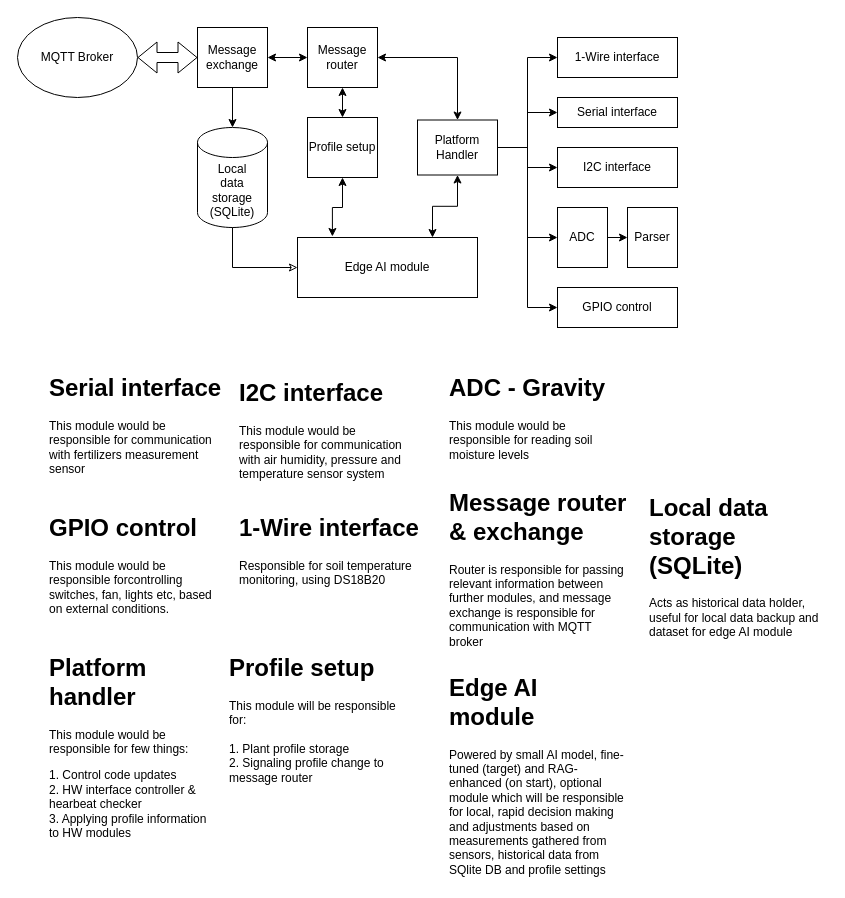
The draw.io diagram page "DeviceArch" (3 of 3) of docs/models/Project.drawio in KhazAkar/ags, before the edit. Source tidied: cells renumbered, new cells numbered last; positions are measured from the earlier drawing's top-left corner, leaving out a move shared by most shapes. Both pictures are drawn from the tidied source at 100%, with x=0, y=0 at pixel (17, 17).
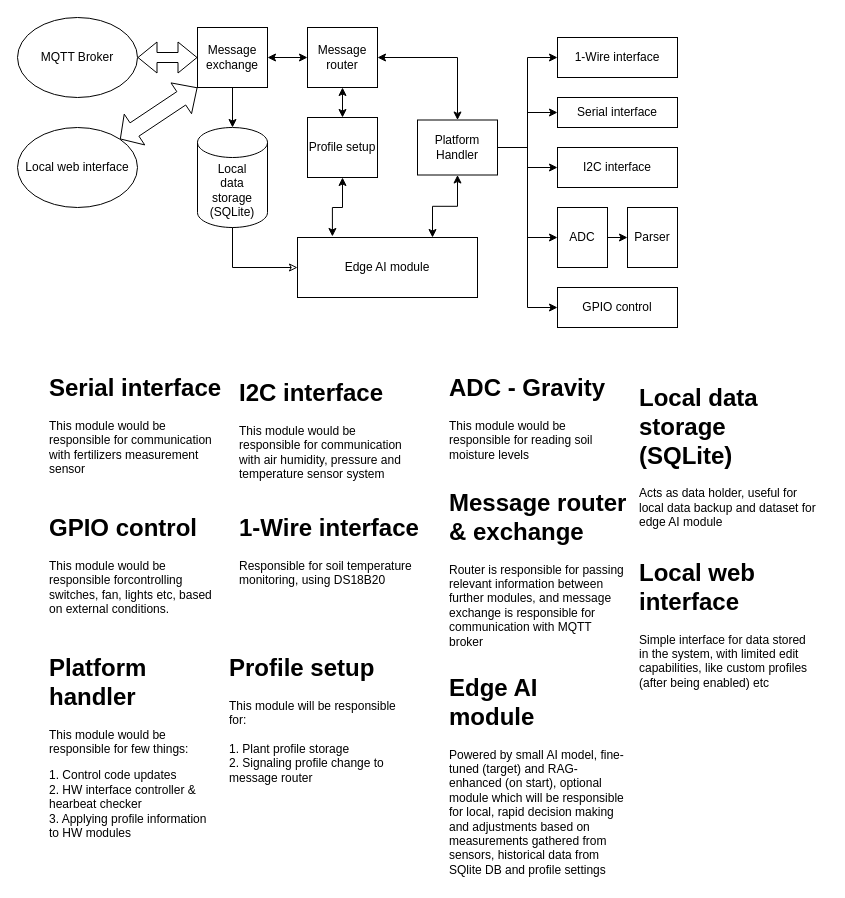
After the change.

Commit message:
feat: add local web interface for device

Unchanged cells that the change refers to:
```xml
<mxCell id="13" value="Message&lt;br&gt;exchange" style="rounded=0;whiteSpace=wrap;html=1;" parent="1" vertex="1">
  <mxGeometry x="180" y="10" width="70" height="60" as="geometry" />
</mxCell>
```

Change to the diagram source:
```diff
@@
-    <mxCell id="38" value="&lt;h1 style=&quot;margin-top: 0px;&quot;&gt;Local data storage (SQLite)&lt;/h1&gt;&lt;p&gt;Acts as historical data holder, useful for local data backup and dataset for edge AI module&lt;/p&gt;" style="text;html=1;whiteSpace=wrap;overflow=hidden;rounded=0;" parent="1" vertex="1">
-      <mxGeometry x="630" y="470" width="180" height="165" as="geometry" />
+    <mxCell id="38" value="&lt;h1 style=&quot;margin-top: 0px;&quot;&gt;Local data storage (SQLite)&lt;/h1&gt;&lt;p&gt;Acts as data holder, useful for local data backup and dataset for edge AI module&lt;/p&gt;" style="text;html=1;whiteSpace=wrap;overflow=hidden;rounded=0;" parent="1" vertex="1">
+      <mxGeometry x="620" y="360" width="180" height="165" as="geometry" />
     </mxCell>
+    <mxCell id="39" value="Local web interface" style="ellipse;whiteSpace=wrap;html=1;" parent="1" vertex="1">
+      <mxGeometry y="110" width="120" height="80" as="geometry" />
+    </mxCell>
+    <mxCell id="40" style="shape=flexArrow;endArrow=classic;startArrow=classic;html=1;rounded=0;entryX=0;entryY=1;entryDx=0;entryDy=0;exitX=1;exitY=0;exitDx=0;exitDy=0;width=16;startSize=5.33;" parent="1" edge="1" source="39" target="13">
+      <mxGeometry relative="1" as="geometry" />
+    </mxCell>
+    <mxCell id="41" value="&lt;h1 style=&quot;margin-top: 0px;&quot;&gt;Local web interface&lt;/h1&gt;&lt;div&gt;Simple interface for data stored in the system, with limited edit capabilities, like custom profiles (after being enabled) etc&lt;/div&gt;" style="text;html=1;whiteSpace=wrap;overflow=hidden;rounded=0;" parent="1" vertex="1">
+      <mxGeometry x="620" y="535" width="180" height="165" as="geometry" />
+    </mxCell>
```
